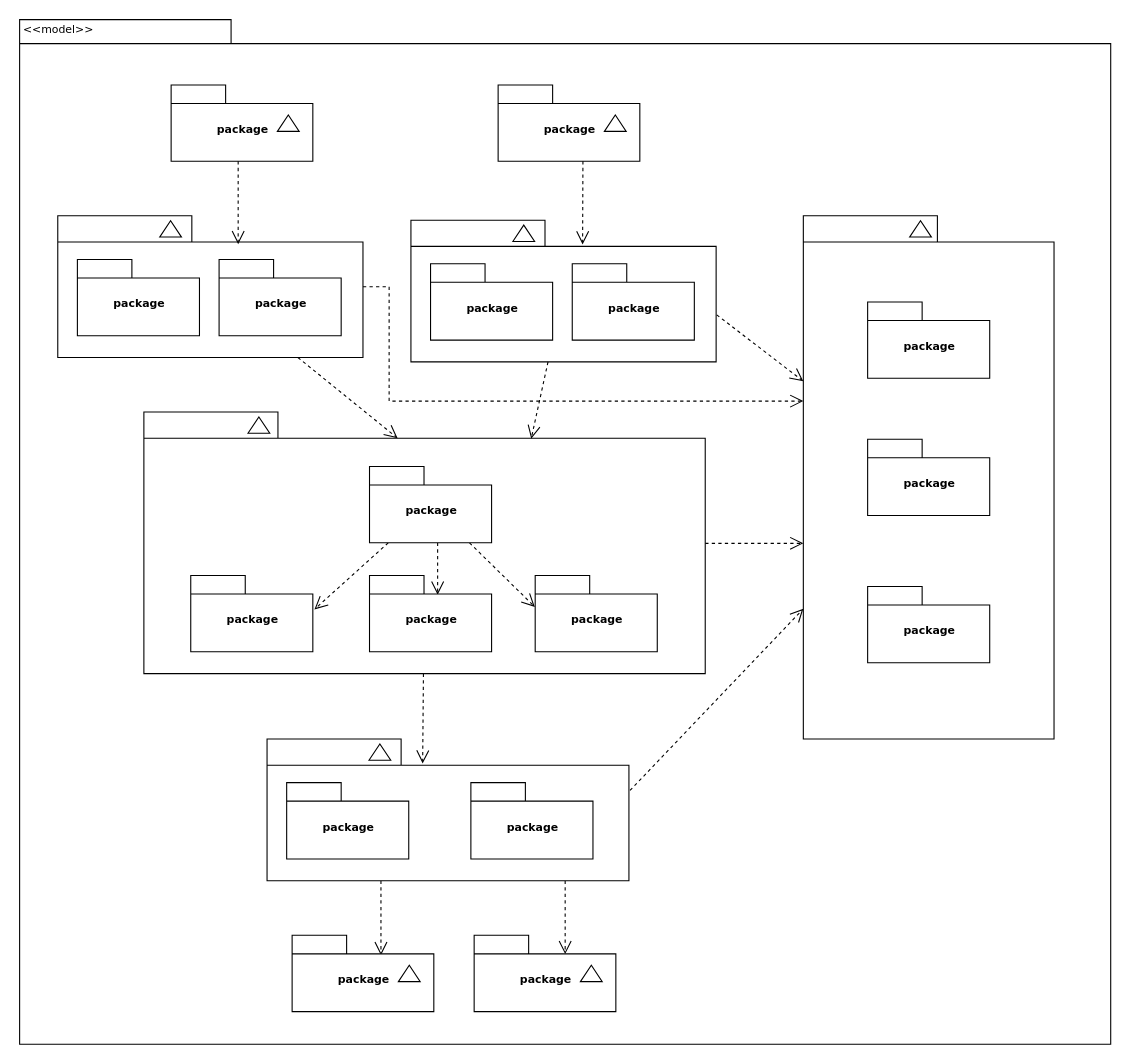
Above: Diagrama sem nome.drawio in reinaldoneves/estudosUML (draw.io), before the change. Source tidied: cells renumbered, new cells numbered last; positions are measured from the earlier drawing's top-left corner, leaving out a move shared by most shapes. Both pictures are drawn from the tidied source at 109%, with x=0, y=0 at pixel (19, 19).
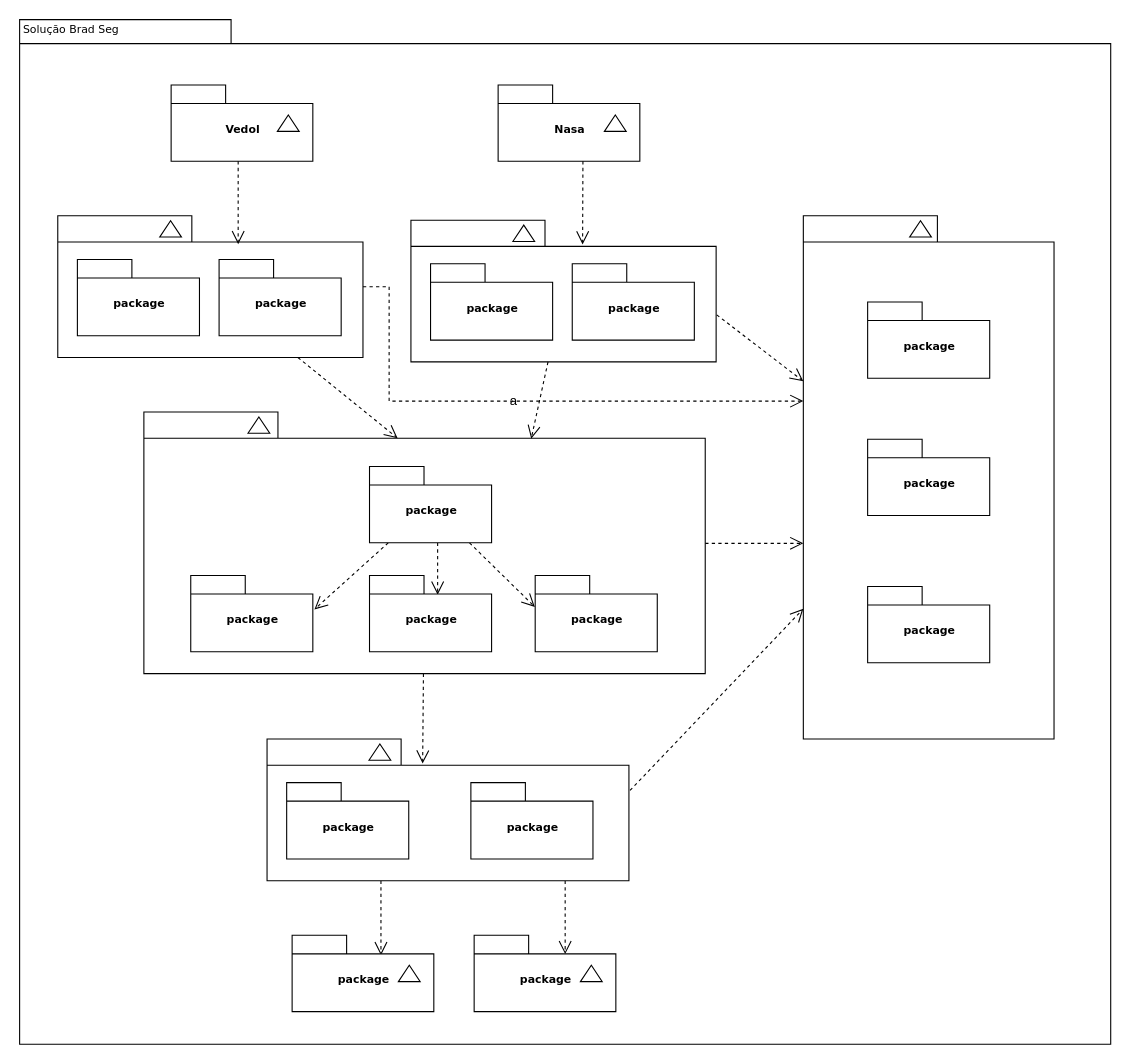
The same diagram, later.

Unchanged cells that the change refers to:
```xml
<mxCell id="3" style="group;" parent="1" vertex="1">
  <mxGeometry x="139.5" y="60.5" width="130" height="70" as="geometry" />
</mxCell>
<mxCell id="6" style="group;" parent="1" vertex="1">
  <mxGeometry x="439.5" y="60.5" width="130" height="70" as="geometry" />
</mxCell>
```

Diff of the diagram source:
```diff
@@
-    <mxCell id="4" value="package" style="shape=folder;fontStyle=1;spacingTop=10;tabWidth=50;tabHeight=17;tabPosition=left;html=1;rounded=0;shadow=0;comic=0;labelBackgroundColor=none;strokeWidth=1;fontFamily=Verdana;fontSize=10;align=center;" parent="3" vertex="1">
+    <mxCell id="4" value="Vedol" style="shape=folder;fontStyle=1;spacingTop=10;tabWidth=50;tabHeight=17;tabPosition=left;html=1;rounded=0;shadow=0;comic=0;labelBackgroundColor=none;strokeWidth=1;fontFamily=Verdana;fontSize=10;align=center;" parent="3" vertex="1">
       <mxGeometry width="130" height="70" as="geometry" />
     </mxCell>
@@
-    <mxCell id="7" value="package" style="shape=folder;fontStyle=1;spacingTop=10;tabWidth=50;tabHeight=17;tabPosition=left;html=1;rounded=0;shadow=0;comic=0;labelBackgroundColor=none;strokeWidth=1;fontFamily=Verdana;fontSize=10;align=center;" parent="6" vertex="1">
+    <mxCell id="7" value="Nasa" style="shape=folder;fontStyle=1;spacingTop=10;tabWidth=50;tabHeight=17;tabPosition=left;html=1;rounded=0;shadow=0;comic=0;labelBackgroundColor=none;strokeWidth=1;fontFamily=Verdana;fontSize=10;align=center;" parent="6" vertex="1">
       <mxGeometry width="130" height="70" as="geometry" />
     </mxCell>
@@
-    <mxCell id="56" value="&amp;lt;&amp;lt;model&amp;gt;&amp;gt;" style="text;html=1;align=left;verticalAlign=top;spacingTop=-4;fontSize=10;fontFamily=Verdana;" parent="1" vertex="1">
+    <mxCell id="56" value="Solução Brad Seg" style="text;html=1;align=left;verticalAlign=top;spacingTop=-4;fontSize=10;fontFamily=Verdana;" parent="1" vertex="1">
       <mxGeometry x="1.5" y="0.5" width="130" height="20" as="geometry" />
     </mxCell>
+    <mxCell id="57" value="a" style="text;strokeColor=none;align=center;fillColor=none;html=1;verticalAlign=middle;whiteSpace=wrap;rounded=0;" parent="1" vertex="1">
+      <mxGeometry x="424" y="336" width="60" height="30" as="geometry" />
+    </mxCell>
```
